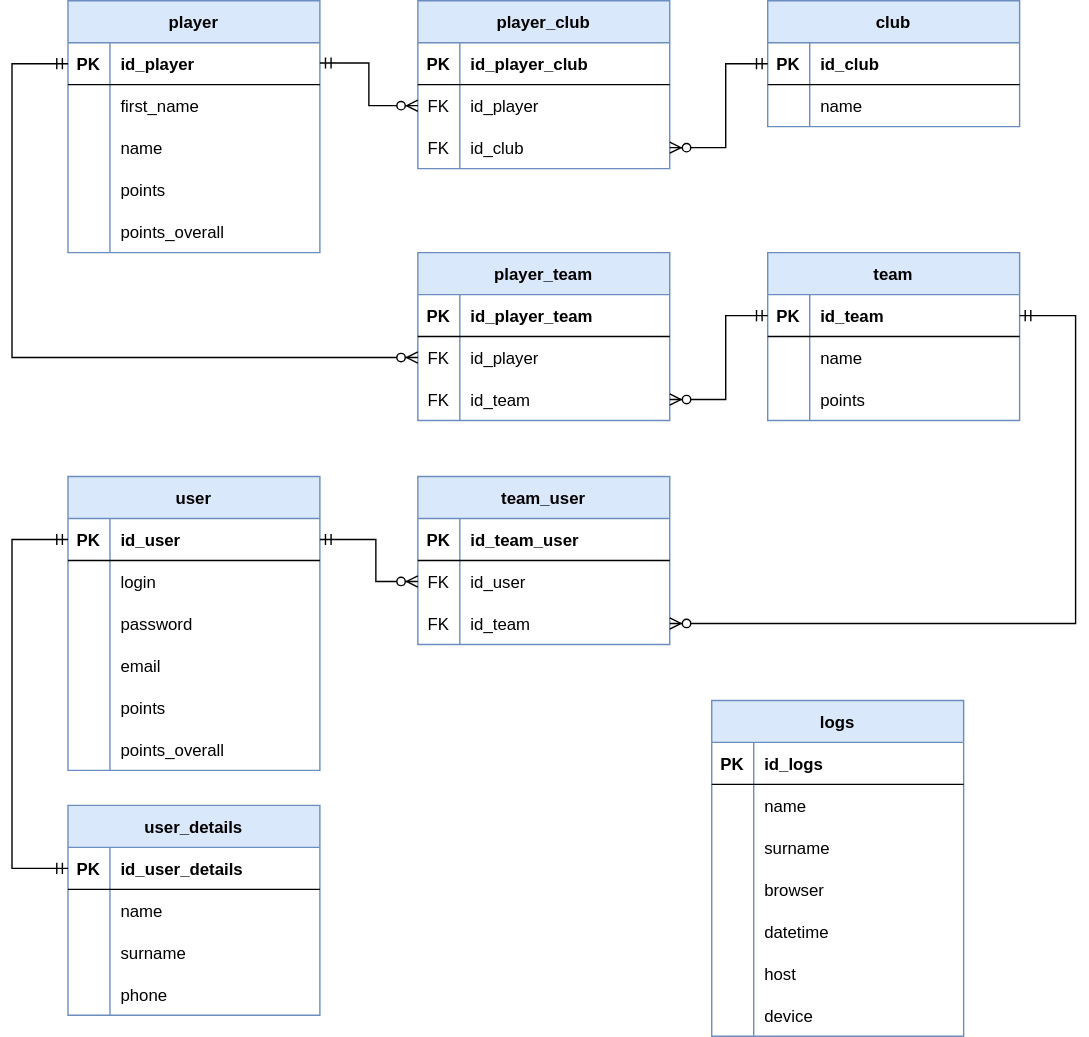
Above: ERD.svg in Kazan33333/WdPAI (draw.io), before the change. Source tidied: cells renumbered, new cells last; positions are measured from the earlier drawing's top-left corner, leaving out a move shared by most shapes.
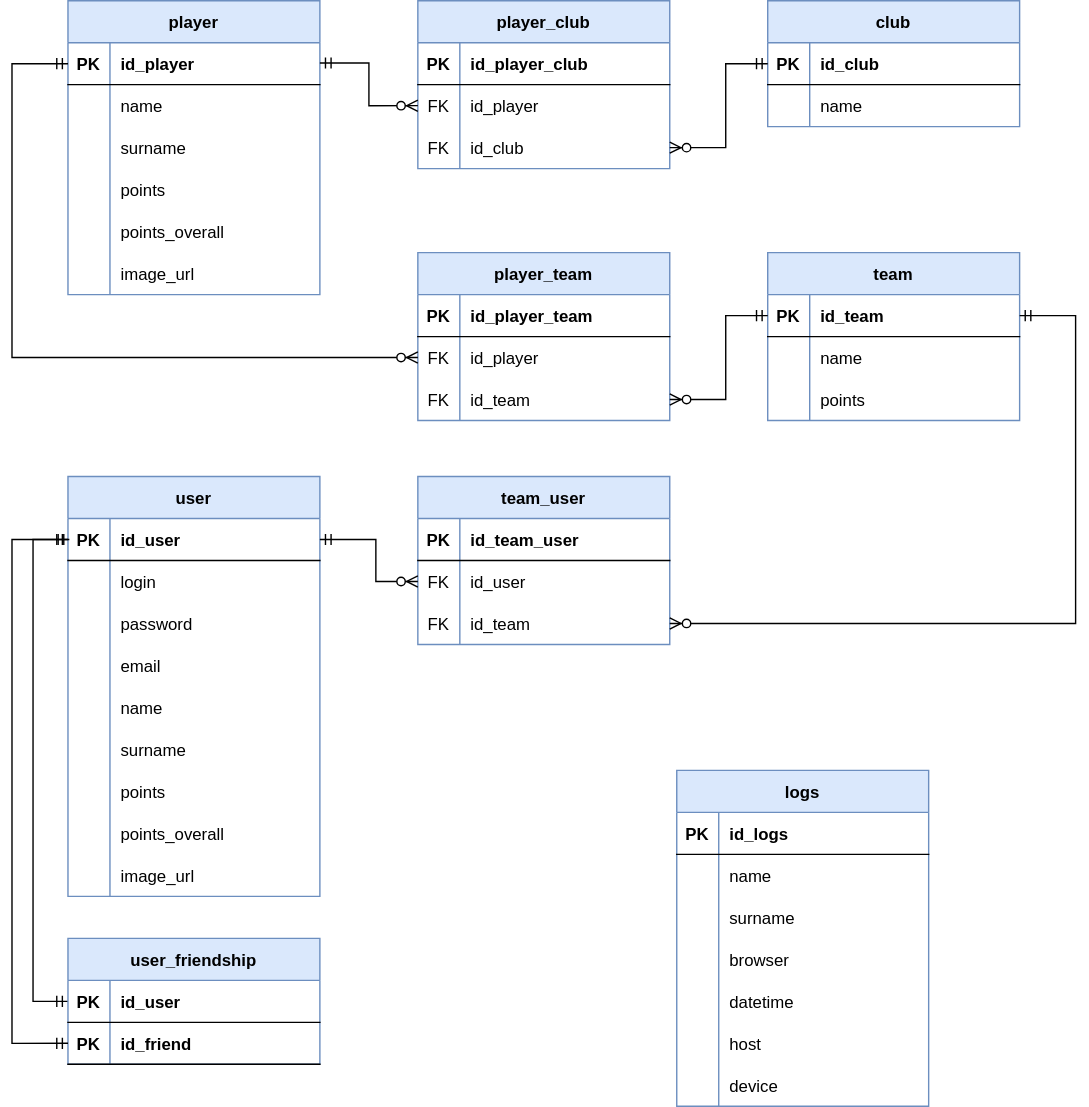
The same file after the commit.

Commit message:
Slight change in ERD

What changed in the source:
```diff
@@ -24,7 +24,7 @@
       <mxGeometry x="30" width="150" height="30" as="geometry" />
     </mxCell>
     <mxCell id="9" value="player" style="shape=table;startSize=30;rowLines=0;fontStyle=1;align=center;fillColor=#dae8fc;strokeColor=#6c8ebf;" parent="1" vertex="1">
-      <mxGeometry x="40" width="180" height="180" as="geometry" />
+      <mxGeometry x="40" width="180" height="210" as="geometry" />
     </mxCell>
     <mxCell id="10" style="shape=partialRectangle;fillColor=none;top=0;left=0;bottom=1;right=0;points=[[0,0.5],[1,0.5]];portConstraint=eastwest;" parent="9" vertex="1">
       <mxGeometry y="30" width="180" height="30" as="geometry" />
@@ -41,7 +41,7 @@
     <mxCell id="14" style="shape=partialRectangle;fillColor=none;top=0;left=0;bottom=0;right=0;overflow=hidden;" parent="13" vertex="1">
       <mxGeometry width="30" height="30" as="geometry" />
     </mxCell>
-    <mxCell id="15" value="first_name" style="shape=partialRectangle;fillColor=none;top=0;left=0;bottom=0;right=0;align=left;spacingLeft=6;overflow=hidden;" parent="13" vertex="1">
+    <mxCell id="15" value="name" style="shape=partialRectangle;fillColor=none;top=0;left=0;bottom=0;right=0;align=left;spacingLeft=6;overflow=hidden;" parent="13" vertex="1">
       <mxGeometry x="30" width="150" height="30" as="geometry" />
     </mxCell>
     <mxCell id="16" style="shape=partialRectangle;fillColor=none;top=0;left=0;bottom=0;right=0;" parent="9" vertex="1">
@@ -50,7 +50,7 @@
     <mxCell id="17" style="shape=partialRectangle;fillColor=none;top=0;left=0;bottom=0;right=0;overflow=hidden;" parent="16" vertex="1">
       <mxGeometry width="30" height="30" as="geometry" />
     </mxCell>
-    <mxCell id="18" value="name" style="shape=partialRectangle;fillColor=none;top=0;left=0;bottom=0;right=0;align=left;spacingLeft=6;overflow=hidden;" parent="16" vertex="1">
+    <mxCell id="18" value="surname" style="shape=partialRectangle;fillColor=none;top=0;left=0;bottom=0;right=0;align=left;spacingLeft=6;overflow=hidden;" parent="16" vertex="1">
       <mxGeometry x="30" width="150" height="30" as="geometry" />
     </mxCell>
     <mxCell id="19" style="shape=partialRectangle;fillColor=none;top=0;left=0;bottom=0;right=0;" parent="9" vertex="1">
@@ -71,8 +71,17 @@
     <mxCell id="24" value="points_overall" style="shape=partialRectangle;fillColor=none;top=0;left=0;bottom=0;right=0;align=left;spacingLeft=6;overflow=hidden;" parent="22" vertex="1">
       <mxGeometry x="30" width="150" height="30" as="geometry" />
     </mxCell>
+    <mxCell id="126" style="shape=partialRectangle;fillColor=none;top=0;left=0;bottom=0;right=0;" parent="9" vertex="1">
+      <mxGeometry y="180" width="180" height="30" as="geometry" />
+    </mxCell>
+    <mxCell id="127" style="shape=partialRectangle;fillColor=none;top=0;left=0;bottom=0;right=0;overflow=hidden;" parent="126" vertex="1">
+      <mxGeometry width="30" height="30" as="geometry" />
+    </mxCell>
+    <mxCell id="128" value="image_url" style="shape=partialRectangle;fillColor=none;top=0;left=0;bottom=0;right=0;align=left;spacingLeft=6;overflow=hidden;" parent="126" vertex="1">
+      <mxGeometry x="30" width="150" height="30" as="geometry" />
+    </mxCell>
     <mxCell id="25" value="user" style="shape=table;startSize=30;rowLines=0;fontStyle=1;align=center;fillColor=#dae8fc;strokeColor=#6c8ebf;" parent="1" vertex="1">
-      <mxGeometry x="40" y="340" width="180" height="210" as="geometry" />
+      <mxGeometry x="40" y="340" width="180" height="300" as="geometry" />
     </mxCell>
     <mxCell id="26" style="shape=partialRectangle;fillColor=none;top=0;left=0;bottom=1;right=0;points=[[0,0.5],[1,0.5]];portConstraint=eastwest;" parent="25" vertex="1">
       <mxGeometry y="30" width="180" height="30" as="geometry" />
@@ -110,8 +119,26 @@
     <mxCell id="37" value="email" style="shape=partialRectangle;fillColor=none;top=0;left=0;bottom=0;right=0;align=left;spacingLeft=6;overflow=hidden;" parent="35" vertex="1">
       <mxGeometry x="30" width="150" height="30" as="geometry" />
     </mxCell>
+    <mxCell id="116" style="shape=partialRectangle;fillColor=none;top=0;left=0;bottom=0;right=0;" parent="25" vertex="1">
+      <mxGeometry y="150" width="180" height="30" as="geometry" />
+    </mxCell>
+    <mxCell id="117" style="shape=partialRectangle;fillColor=none;top=0;left=0;bottom=0;right=0;overflow=hidden;" parent="116" vertex="1">
+      <mxGeometry width="30" height="30" as="geometry" />
+    </mxCell>
+    <mxCell id="118" value="name" style="shape=partialRectangle;fillColor=none;top=0;left=0;bottom=0;right=0;align=left;spacingLeft=6;overflow=hidden;" parent="116" vertex="1">
+      <mxGeometry x="30" width="150" height="30" as="geometry" />
+    </mxCell>
+    <mxCell id="119" style="shape=partialRectangle;fillColor=none;top=0;left=0;bottom=0;right=0;" parent="25" vertex="1">
+      <mxGeometry y="180" width="180" height="30" as="geometry" />
+    </mxCell>
+    <mxCell id="120" style="shape=partialRectangle;fillColor=none;top=0;left=0;bottom=0;right=0;overflow=hidden;" parent="119" vertex="1">
+      <mxGeometry width="30" height="30" as="geometry" />
+    </mxCell>
+    <mxCell id="121" value="surname" style="shape=partialRectangle;fillColor=none;top=0;left=0;bottom=0;right=0;align=left;spacingLeft=6;overflow=hidden;" parent="119" vertex="1">
+      <mxGeometry x="30" width="150" height="30" as="geometry" />
+    </mxCell>
     <mxCell id="38" style="shape=partialRectangle;fillColor=none;top=0;left=0;bottom=0;right=0;" parent="25" vertex="1">
-      <mxGeometry y="150" width="180" height="30" as="geometry" />
+      <mxGeometry y="210" width="180" height="30" as="geometry" />
     </mxCell>
     <mxCell id="39" style="shape=partialRectangle;fillColor=none;top=0;left=0;bottom=0;right=0;overflow=hidden;" parent="38" vertex="1">
       <mxGeometry width="30" height="30" as="geometry" />
@@ -120,7 +147,7 @@
       <mxGeometry x="30" width="150" height="30" as="geometry" />
     </mxCell>
     <mxCell id="41" style="shape=partialRectangle;fillColor=none;top=0;left=0;bottom=0;right=0;" parent="25" vertex="1">
-      <mxGeometry y="180" width="180" height="30" as="geometry" />
+      <mxGeometry y="240" width="180" height="30" as="geometry" />
     </mxCell>
     <mxCell id="42" style="shape=partialRectangle;fillColor=none;top=0;left=0;bottom=0;right=0;overflow=hidden;" parent="41" vertex="1">
       <mxGeometry width="30" height="30" as="geometry" />
@@ -128,6 +155,15 @@
     <mxCell id="43" value="points_overall" style="shape=partialRectangle;fillColor=none;top=0;left=0;bottom=0;right=0;align=left;spacingLeft=6;overflow=hidden;" parent="41" vertex="1">
       <mxGeometry x="30" width="150" height="30" as="geometry" />
     </mxCell>
+    <mxCell id="129" style="shape=partialRectangle;fillColor=none;top=0;left=0;bottom=0;right=0;" parent="25" vertex="1">
+      <mxGeometry y="270" width="180" height="30" as="geometry" />
+    </mxCell>
+    <mxCell id="130" style="shape=partialRectangle;fillColor=none;top=0;left=0;bottom=0;right=0;overflow=hidden;" parent="129" vertex="1">
+      <mxGeometry width="30" height="30" as="geometry" />
+    </mxCell>
+    <mxCell id="131" value="image_url" style="shape=partialRectangle;fillColor=none;top=0;left=0;bottom=0;right=0;align=left;spacingLeft=6;overflow=hidden;" parent="129" vertex="1">
+      <mxGeometry x="30" width="150" height="30" as="geometry" />
+    </mxCell>
     <mxCell id="44" value="player_club" style="shape=table;startSize=30;rowLines=0;fontStyle=1;align=center;fillColor=#dae8fc;strokeColor=#6c8ebf;" parent="1" vertex="1">
       <mxGeometry x="290" width="180" height="120" as="geometry" />
     </mxCell>
@@ -275,9 +311,8 @@
         </Array>
       </mxGeometry>
     </mxCell>
-    <mxCell id="87" style="fontSize=12;html=1;endArrow=ERzeroToMany;startArrow=ERmandOne;rounded=0;exitX=1;exitY=0.5;exitDx=0;exitDy=0;" parent="1" edge="1" source="57">
+    <mxCell id="87" style="fontSize=12;html=1;endArrow=ERzeroToMany;startArrow=ERmandOne;rounded=0;exitX=1;exitY=0.5;exitDx=0;exitDy=0;entryX=1;entryY=0.5;entryDx=0;entryDy=0;" parent="1" edge="1" source="57" target="73">
       <mxGeometry relative="1" as="geometry">
-        <mxPoint x="470" y="445" as="targetPoint" />
         <Array as="points">
           <mxPoint x="760" y="225" />
           <mxPoint x="760" y="445" />
@@ -302,7 +337,7 @@
       </mxGeometry>
     </mxCell>
     <mxCell id="90" value="logs" style="shape=table;startSize=30;rowLines=0;fontStyle=1;align=center;fillColor=#dae8fc;strokeColor=#6c8ebf;" parent="1" vertex="1">
-      <mxGeometry x="500" y="500" width="180" height="240" as="geometry" />
+      <mxGeometry x="475" y="550" width="180" height="240" as="geometry" />
     </mxCell>
     <mxCell id="91" style="shape=partialRectangle;fillColor=none;top=0;left=0;bottom=1;right=0;" parent="90" vertex="1">
       <mxGeometry y="30" width="180" height="30" as="geometry" />
@@ -367,54 +402,45 @@
     <mxCell id="111" value="device" style="shape=partialRectangle;fillColor=none;top=0;left=0;bottom=0;right=0;align=left;spacingLeft=6;overflow=hidden;" parent="109" vertex="1">
       <mxGeometry x="30" width="150" height="30" as="geometry" />
     </mxCell>
-    <mxCell id="112" value="user_details" style="shape=table;startSize=30;rowLines=0;fontStyle=1;align=center;fillColor=#dae8fc;strokeColor=#6c8ebf;" parent="1" vertex="1">
-      <mxGeometry x="40" y="575" width="180" height="150" as="geometry" />
-    </mxCell>
-    <mxCell id="113" style="shape=partialRectangle;fillColor=none;top=0;left=0;bottom=1;right=0;points=[[0,0.5],[1,0.5]];portConstraint=eastwest;" parent="112" vertex="1">
-      <mxGeometry y="30" width="180" height="30" as="geometry" />
-    </mxCell>
-    <mxCell id="114" value="PK" style="shape=partialRectangle;fillColor=none;top=0;left=0;bottom=0;right=0;fontStyle=1;overflow=hidden;" parent="113" vertex="1">
-      <mxGeometry width="30" height="30" as="geometry" />
-    </mxCell>
-    <mxCell id="115" value="id_user_details" style="shape=partialRectangle;fillColor=none;top=0;left=0;bottom=0;right=0;align=left;spacingLeft=6;fontStyle=1;overflow=hidden;" parent="113" vertex="1">
-      <mxGeometry x="30" width="150" height="30" as="geometry" />
-    </mxCell>
-    <mxCell id="116" style="shape=partialRectangle;fillColor=none;top=0;left=0;bottom=0;right=0;" parent="112" vertex="1">
-      <mxGeometry y="60" width="180" height="30" as="geometry" />
-    </mxCell>
-    <mxCell id="117" style="shape=partialRectangle;fillColor=none;top=0;left=0;bottom=0;right=0;overflow=hidden;" parent="116" vertex="1">
-      <mxGeometry width="30" height="30" as="geometry" />
-    </mxCell>
-    <mxCell id="118" value="name" style="shape=partialRectangle;fillColor=none;top=0;left=0;bottom=0;right=0;align=left;spacingLeft=6;overflow=hidden;" parent="116" vertex="1">
-      <mxGeometry x="30" width="150" height="30" as="geometry" />
-    </mxCell>
-    <mxCell id="119" style="shape=partialRectangle;fillColor=none;top=0;left=0;bottom=0;right=0;" parent="112" vertex="1">
-      <mxGeometry y="90" width="180" height="30" as="geometry" />
-    </mxCell>
-    <mxCell id="120" style="shape=partialRectangle;fillColor=none;top=0;left=0;bottom=0;right=0;overflow=hidden;" parent="119" vertex="1">
-      <mxGeometry width="30" height="30" as="geometry" />
-    </mxCell>
-    <mxCell id="121" value="surname" style="shape=partialRectangle;fillColor=none;top=0;left=0;bottom=0;right=0;align=left;spacingLeft=6;overflow=hidden;" parent="119" vertex="1">
-      <mxGeometry x="30" width="150" height="30" as="geometry" />
-    </mxCell>
-    <mxCell id="122" style="shape=partialRectangle;fillColor=none;top=0;left=0;bottom=0;right=0;" parent="112" vertex="1">
-      <mxGeometry y="120" width="180" height="30" as="geometry" />
-    </mxCell>
-    <mxCell id="123" style="shape=partialRectangle;fillColor=none;top=0;left=0;bottom=0;right=0;overflow=hidden;" parent="122" vertex="1">
-      <mxGeometry width="30" height="30" as="geometry" />
-    </mxCell>
-    <mxCell id="124" value="phone" style="shape=partialRectangle;fillColor=none;top=0;left=0;bottom=0;right=0;align=left;spacingLeft=6;overflow=hidden;" parent="122" vertex="1">
-      <mxGeometry x="30" width="150" height="30" as="geometry" />
-    </mxCell>
-    <mxCell id="125" style="edgeStyle=orthogonalEdgeStyle;fontSize=12;html=1;endArrow=ERmandOne;startArrow=ERmandOne;strokeColor=default;rounded=0;exitX=0;exitY=0.5;exitDx=0;exitDy=0;" parent="1" edge="1" source="113">
+    <mxCell id="125" style="edgeStyle=orthogonalEdgeStyle;fontSize=12;html=1;endArrow=ERmandOne;startArrow=ERmandOne;strokeColor=default;rounded=0;exitX=0;exitY=0.5;exitDx=0;exitDy=0;" parent="1" edge="1" source="133">
       <mxGeometry relative="1" as="geometry">
         <mxPoint x="40" y="385" as="targetPoint" />
         <Array as="points">
-          <mxPoint x="40" y="620" />
-          <mxPoint y="620" />
-          <mxPoint y="385" />
+          <mxPoint x="15" y="715" />
+          <mxPoint x="15" y="385" />
         </Array>
       </mxGeometry>
     </mxCell>
+    <mxCell id="132" value="user_friendship" style="shape=table;startSize=30;rowLines=0;fontStyle=1;align=center;fillColor=#dae8fc;strokeColor=#6c8ebf;" parent="1" vertex="1">
+      <mxGeometry x="40" y="670" width="180" height="90" as="geometry" />
+    </mxCell>
+    <mxCell id="133" style="shape=partialRectangle;fillColor=none;top=0;left=0;bottom=1;right=0;points=[[0,0.5],[1,0.5]];portConstraint=eastwest;strokeWidth=0;" parent="132" vertex="1">
+      <mxGeometry y="30" width="180" height="30" as="geometry" />
+    </mxCell>
+    <mxCell id="134" value="PK" style="shape=partialRectangle;fillColor=none;top=0;left=0;bottom=0;right=0;fontStyle=1;overflow=hidden;" parent="133" vertex="1">
+      <mxGeometry width="30" height="30" as="geometry" />
+    </mxCell>
+    <mxCell id="135" value="id_user" style="shape=partialRectangle;fillColor=none;top=0;left=0;bottom=0;right=0;align=left;spacingLeft=6;fontStyle=1;overflow=hidden;strokeWidth=1;" parent="133" vertex="1">
+      <mxGeometry x="30" width="150" height="30" as="geometry" />
+    </mxCell>
+    <mxCell id="136" style="shape=partialRectangle;fillColor=none;top=0;left=0;bottom=1;right=0;strokeWidth=0;" parent="132" vertex="1">
+      <mxGeometry y="60" width="180" height="30" as="geometry" />
+    </mxCell>
+    <mxCell id="137" value="PK" style="shape=partialRectangle;fillColor=none;top=0;left=0;bottom=0;right=0;fontStyle=1;overflow=hidden;" parent="136" vertex="1">
+      <mxGeometry width="30" height="30" as="geometry" />
+    </mxCell>
+    <mxCell id="138" value="id_friend" style="shape=partialRectangle;fillColor=none;top=0;left=0;bottom=0;right=0;align=left;spacingLeft=6;fontStyle=1;overflow=hidden;strokeWidth=1;" parent="136" vertex="1">
+      <mxGeometry x="30" width="150" height="30" as="geometry" />
+    </mxCell>
+    <mxCell id="139" style="edgeStyle=orthogonalEdgeStyle;fontSize=12;html=1;endArrow=ERmandOne;startArrow=ERmandOne;strokeColor=default;rounded=0;exitX=0;exitY=0.5;exitDx=0;exitDy=0;" parent="1" edge="1">
+      <mxGeometry relative="1" as="geometry">
+        <mxPoint x="40" y="745" as="sourcePoint" />
+        <mxPoint x="41" y="385" as="targetPoint" />
+        <Array as="points">
+          <mxPoint y="745" />
+          <mxPoint y="385" />
+        </Array>
+      </mxGeometry>
+    </mxCell>
   </root>
 </mxGraphModel>
```
